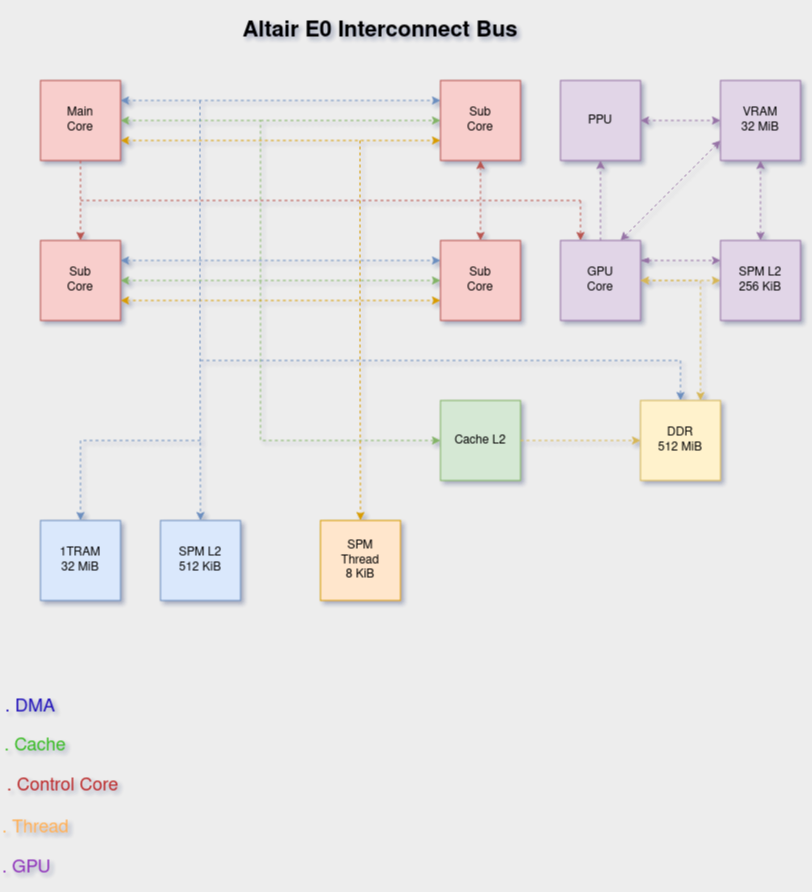
Before: Altair_Bus.png, a diagram exported from draw.io (Kannagi/AltairX). Source tidied: cells renumbered, new cells last; positions are measured from the earlier drawing's top-left corner, leaving out a move shared by most shapes.
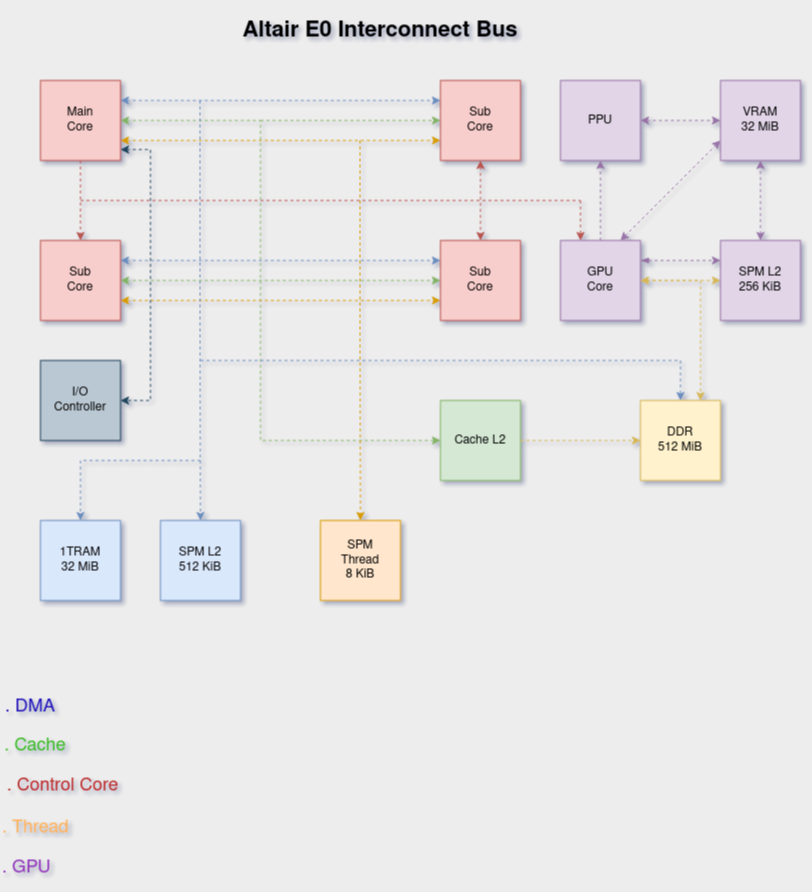
The same diagram one commit later.

The edit, as a diff of the source:
```diff
@@ -84,7 +84,10 @@
     </mxCell>
     <mxCell id="24" style="endArrow=classic;html=1;rounded=0;shadow=0;dashed=1;sketch=0;entryX=0.5;entryY=0;entryDx=0;entryDy=0;edgeStyle=orthogonalEdgeStyle;fillColor=#dae8fc;strokeColor=#6c8ebf;" parent="1" edge="1" target="22">
       <mxGeometry relative="1" as="geometry">
-        <mxPoint x="200" y="440" as="sourcePoint" />
+        <mxPoint x="200" y="460" as="sourcePoint" />
+        <Array as="points">
+          <mxPoint x="80" y="460" />
+        </Array>
       </mxGeometry>
     </mxCell>
     <mxCell id="25" value="&lt;font style=&quot;font-size: 22px&quot;&gt;&lt;b&gt;Altair E0 Interconnect Bus&lt;/b&gt;&lt;/font&gt;" style="text;html=1;strokeColor=none;fillColor=none;align=center;verticalAlign=middle;whiteSpace=wrap;rounded=0;" parent="1" vertex="1">
@@ -158,5 +161,16 @@
     <mxCell id="44" value="&lt;font color=&quot;#8D32BA&quot;&gt;. GPU&lt;/font&gt;" style="text;whiteSpace=wrap;html=1;fontSize=18;fontColor=#BA2929;" parent="1" vertex="1">
       <mxGeometry y="850" width="140" height="30" as="geometry" />
     </mxCell>
+    <mxCell id="45" value="&lt;div&gt;I/O&lt;/div&gt;&lt;div&gt;Controller&lt;br&gt;&lt;/div&gt;" style="rounded=0;whiteSpace=wrap;html=1;fillColor=#bac8d3;strokeColor=#23445d;" parent="1" vertex="1">
+      <mxGeometry x="40" y="360" width="80" height="80" as="geometry" />
+    </mxCell>
+    <mxCell id="46" style="endArrow=classic;html=1;rounded=0;dashed=1;fillColor=#bac8d3;strokeColor=#23445d;exitX=1;exitY=0.863;exitDx=0;exitDy=0;startArrow=classic;startFill=1;edgeStyle=elbowEdgeStyle;exitPerimeter=0;entryX=1;entryY=0.5;entryDx=0;entryDy=0;" parent="1" edge="1" source="2" target="45">
+      <mxGeometry relative="1" as="geometry">
+        <Array as="points">
+          <mxPoint x="150" y="370" />
+          <mxPoint x="150" y="290" />
+        </Array>
+      </mxGeometry>
+    </mxCell>
   </root>
 </mxGraphModel>
```
